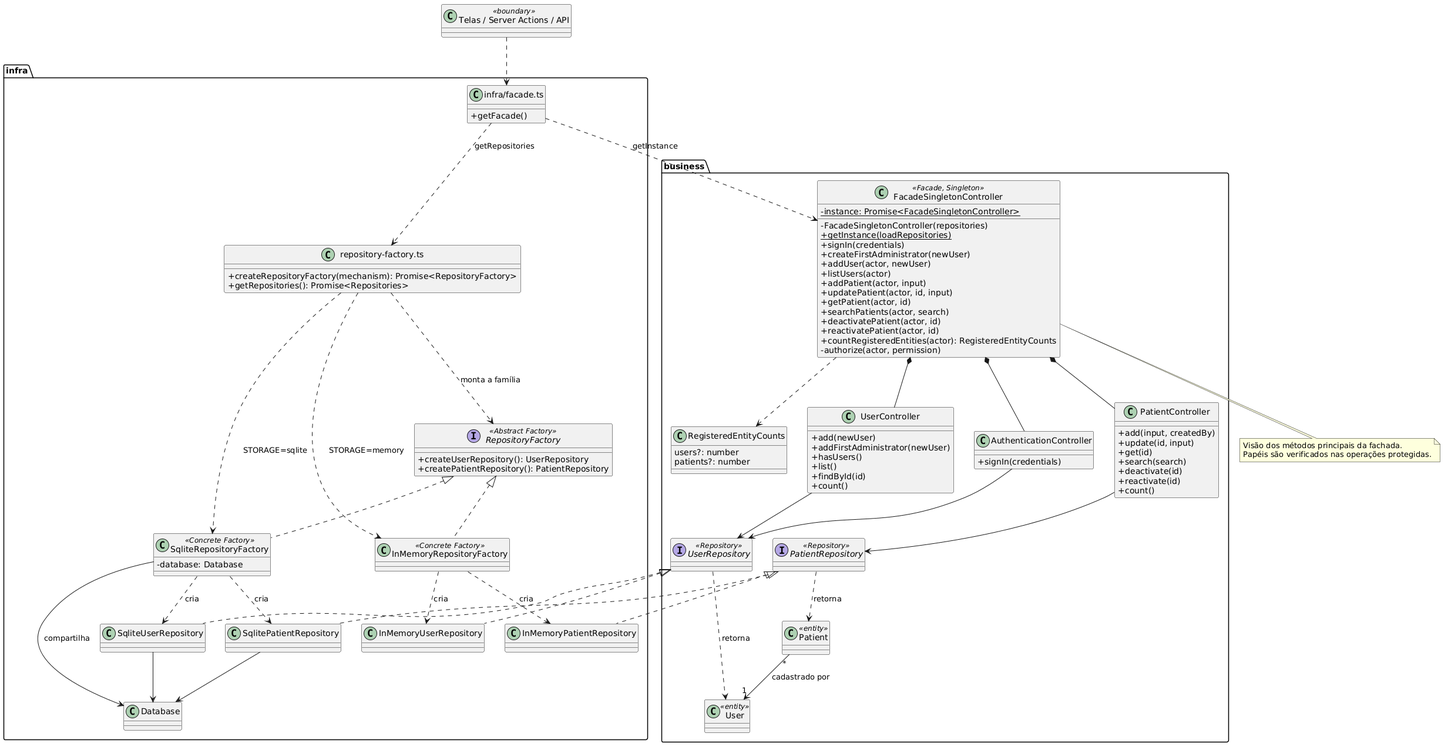
The PlantUML diagram docs/relatorio/images/classes-de-projeto.png in beatrizmontenegro07/projeto-metodos, before a commit.
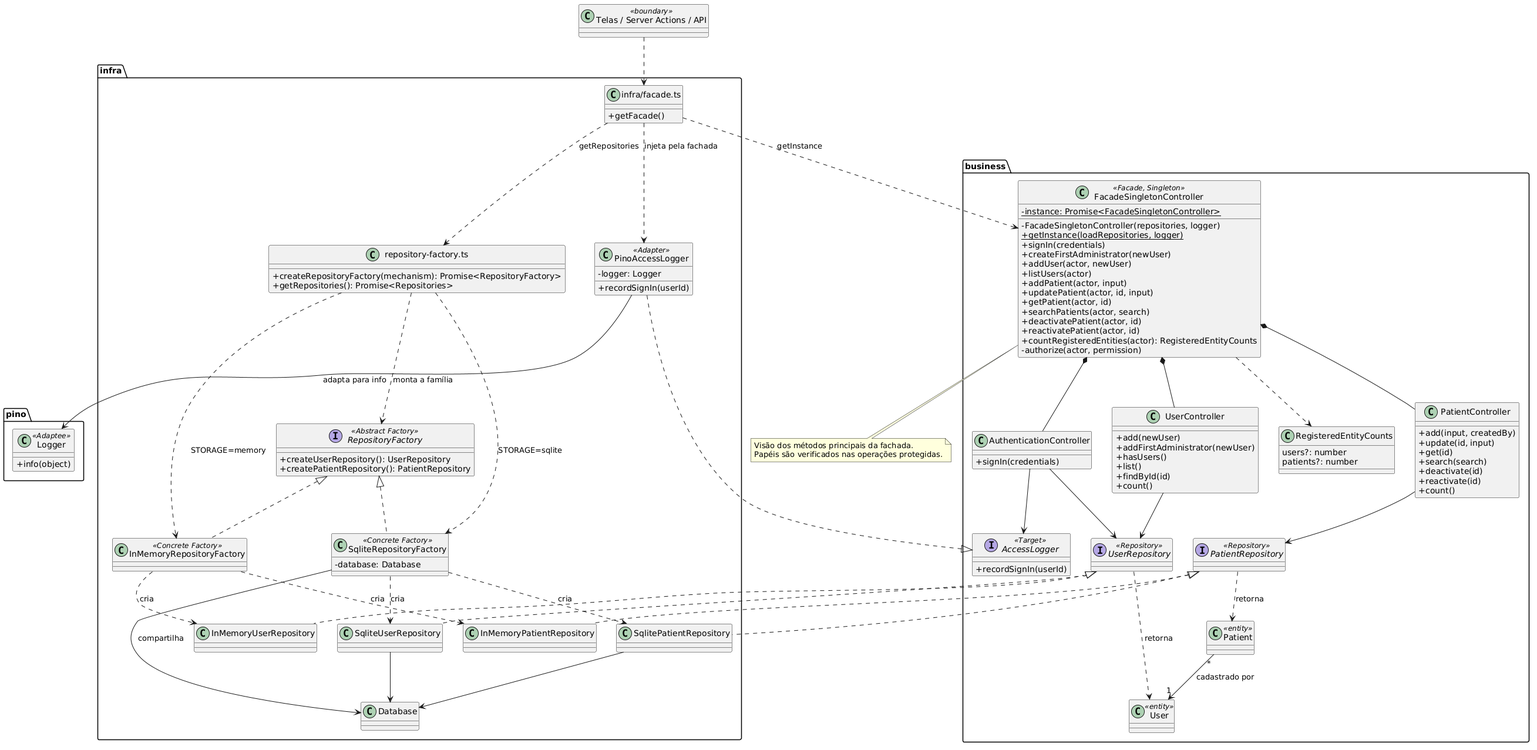
After the change.

Commit message:
docs(auth): specify access logging and document adapter design

What changed in the source:
```diff
@@ -6,8 +6,8 @@
 package business {
 class FacadeSingletonController <<Facade, Singleton>> {
   -{static} instance: Promise<FacadeSingletonController>
-  -FacadeSingletonController(repositories)
-  +{static} getInstance(loadRepositories)
+  -FacadeSingletonController(repositories, logger)
+  +{static} getInstance(loadRepositories, logger)
   +signIn(credentials)
   +createFirstAdministrator(newUser)
   +addUser(actor, newUser)
@@ -45,6 +45,9 @@
   +reactivate(id)
   +count()
 }
+interface AccessLogger <<Target>> {
+  +recordSignIn(userId)
+}
 interface UserRepository <<Repository>>
 interface PatientRepository <<Repository>>
 class User <<entity>>
@@ -74,7 +77,20 @@
   class InMemoryPatientRepository
   class SqlitePatientRepository
   class Database
+  class PinoAccessLogger <<Adapter>> {
+    -logger: Logger
+    +recordSignIn(userId)
+  }
 }
+package pino {
+  class Logger <<Adaptee>> {
+    +info(object)
+  }
+}
+Assembly ..> PinoAccessLogger : injeta pela fachada
+AuthenticationController --> AccessLogger
+AccessLogger <|.. PinoAccessLogger
+PinoAccessLogger --> Logger : adapta para info
 Assembly ..> Selection : getRepositories
 Selection ..> RepositoryFactory : monta a família
 Selection ..> InMemoryRepositoryFactory : STORAGE=memory
```
